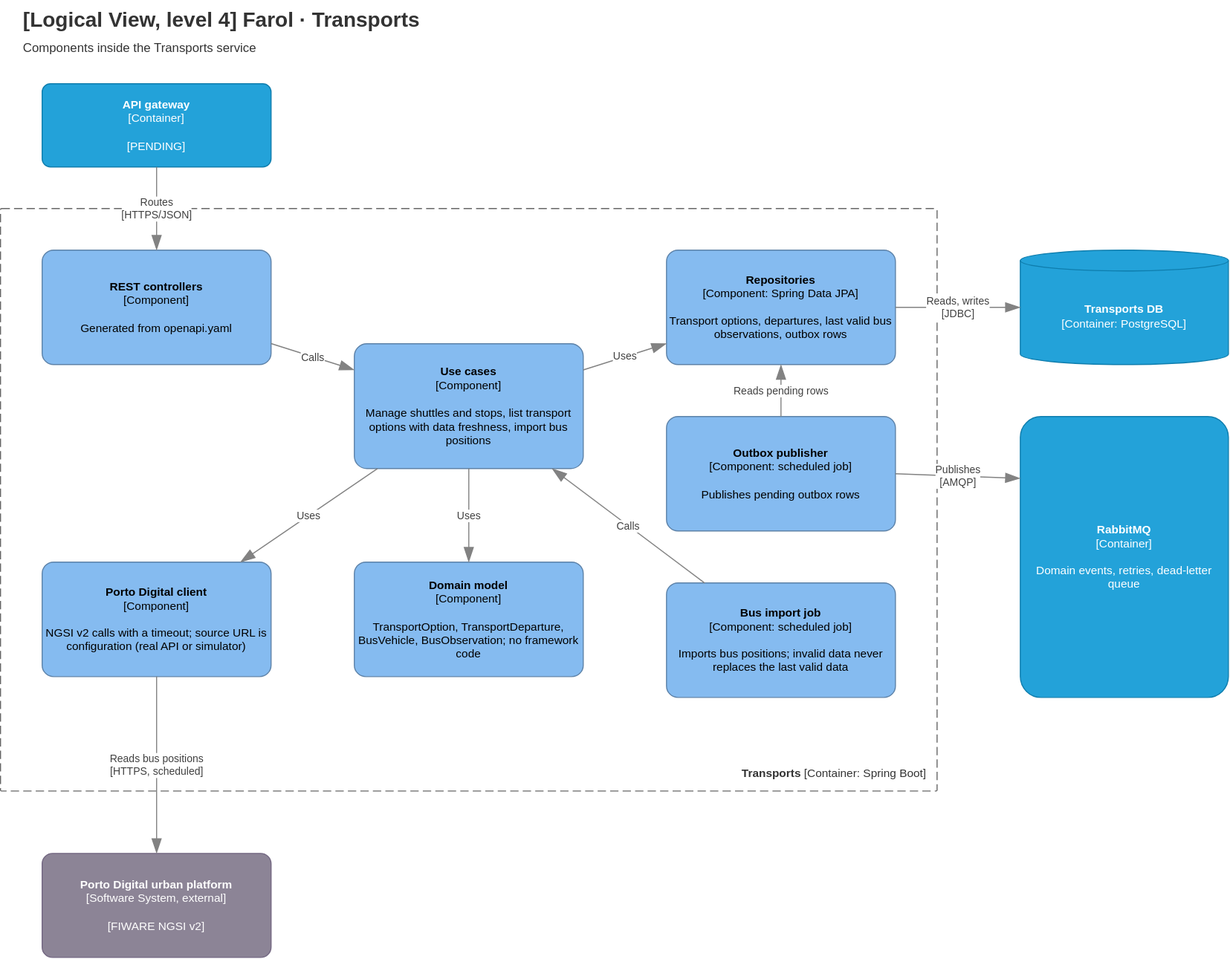
The draw.io diagram Docs/Technical/diagrams/logical-view-level-4-transports.drawio.svg in tomasoliveira21/LABDSOF, before a commit. Source tidied: cells renumbered, new cells last; positions are measured from the earlier drawing's top-left corner, leaving out a move shared by most shapes.
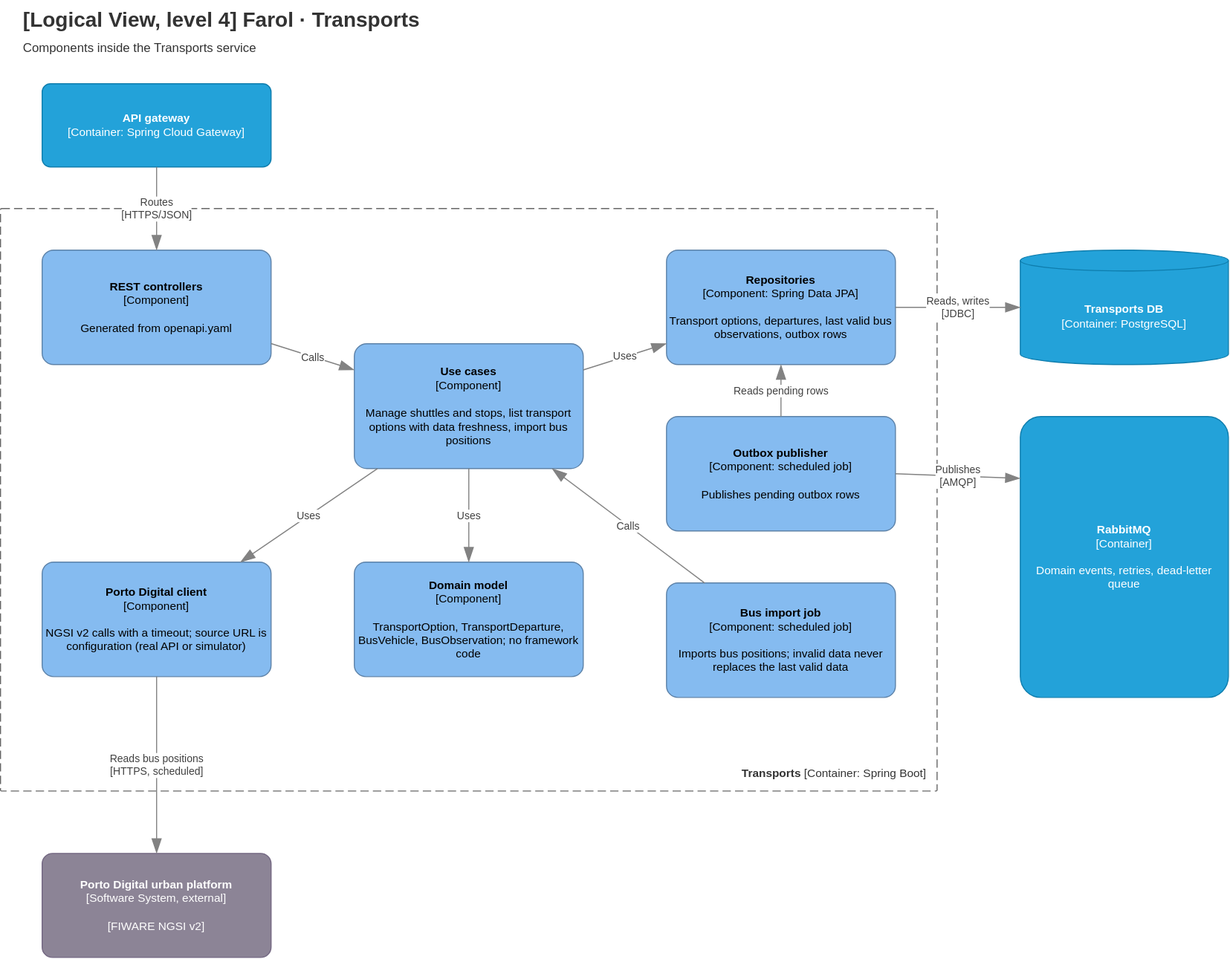
The same diagram one commit later.

Change to the diagram source:
```diff
@@ -5,7 +5,7 @@
     <mxCell id="2" value="&lt;b&gt;[Logical View, level 4] Farol · Transports&lt;/b&gt;&lt;br&gt;&lt;font style=&quot;font-size:12px&quot;&gt;Components inside the Transports service&lt;/font&gt;" style="text;html=1;align=left;verticalAlign=top;fontSize=20;fontColor=#333333;" parent="1" vertex="1">
       <mxGeometry x="20" width="1000" height="60" as="geometry" />
     </mxCell>
-    <mxCell id="3" value="&lt;b&gt;API gateway&lt;/b&gt;&lt;div&gt;[Container]&lt;/div&gt;&lt;br&gt;&lt;div&gt;[PENDING]&lt;/div&gt;" style="rounded=1;whiteSpace=wrap;html=1;fillColor=#23A2D9;fontColor=#ffffff;arcSize=10;strokeColor=#0E7DAD;fontSize=11;" parent="1" vertex="1">
+    <mxCell id="3" value="&lt;b&gt;API gateway&lt;/b&gt;&lt;div&gt;[Container: Spring Cloud Gateway]&lt;/div&gt;" style="rounded=1;whiteSpace=wrap;html=1;fillColor=#23A2D9;fontColor=#ffffff;arcSize=10;strokeColor=#0E7DAD;fontSize=11;" parent="1" vertex="1">
       <mxGeometry x="40" y="80" width="220" height="80" as="geometry" />
     </mxCell>
     <mxCell id="4" value="&lt;b&gt;Transports&lt;/b&gt; [Container: Spring Boot]" style="rounded=1;arcSize=2;absoluteArcSize=1;whiteSpace=wrap;html=1;dashed=1;dashPattern=8 4;fillColor=none;strokeColor=#666666;fontColor=#333333;align=right;verticalAlign=bottom;spacing=10;fontSize=11;" parent="1" vertex="1">
```
